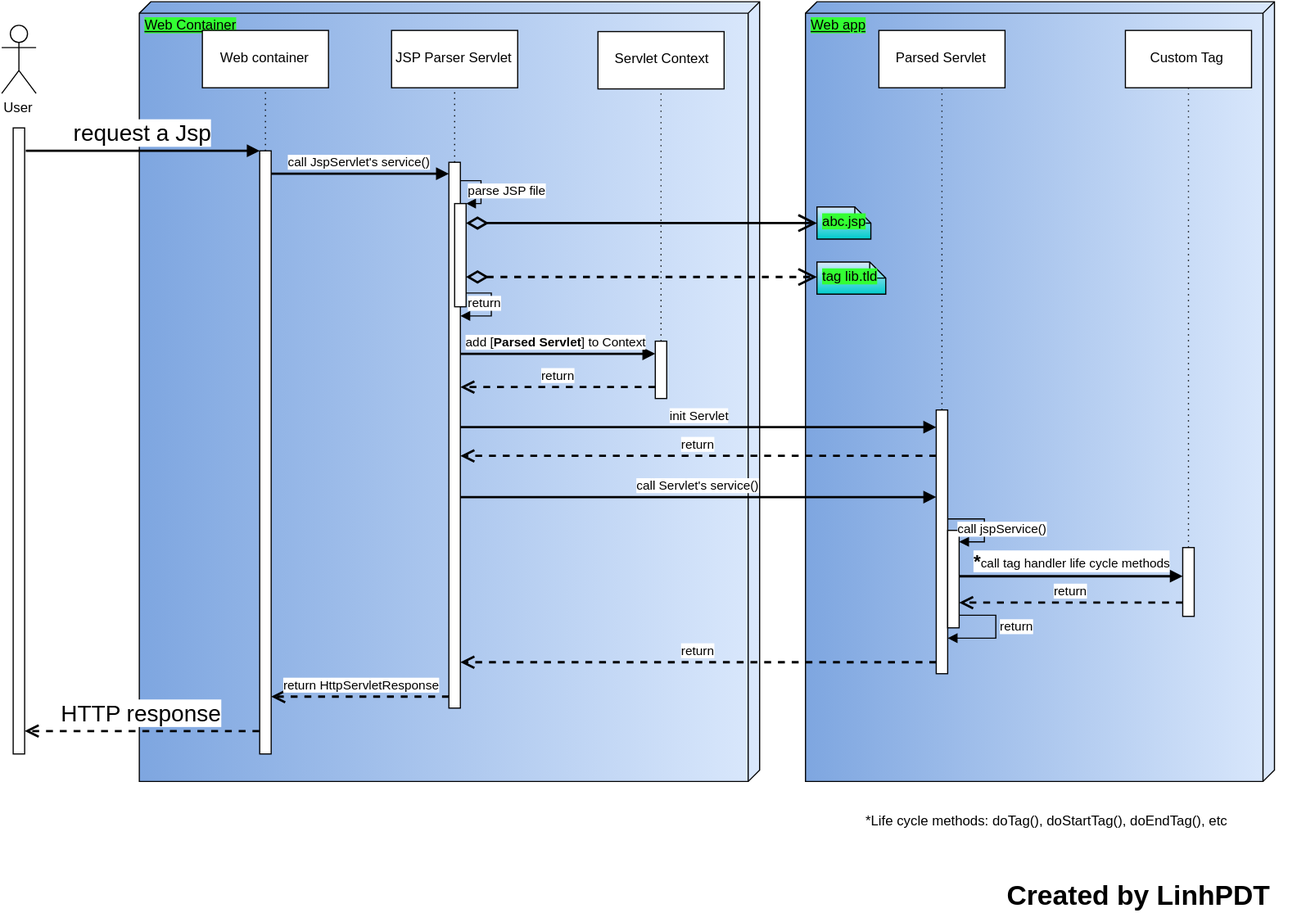
The draw.io diagram Jsp Servlet diagram.svg in phanduytunglinh/PersonalKnowledge, before a commit. Source tidied: cells renumbered, new cells last; positions are measured from the earlier drawing's top-left corner, leaving out a move shared by most shapes. The source it was exported from:
```xml
<mxGraphModel background="#ffffff">
  <root>
    <mxCell id="0" />
    <mxCell id="1" parent="0" />
    <mxCell id="2" value="Web app&lt;br&gt;" style="verticalAlign=top;align=left;spacingTop=8;spacingLeft=2;spacingRight=12;shape=cube;size=10;direction=south;fontStyle=4;html=1;shadow=0;comic=0;labelBackgroundColor=#33FF33;strokeWidth=1;fillColor=#DAE8FC;gradientColor=#7EA6E0;" parent="1" vertex="1">
      <mxGeometry x="701" width="409" height="680" as="geometry" />
    </mxCell>
    <mxCell id="3" value="Web Container&lt;br&gt;" style="verticalAlign=top;align=left;spacingTop=8;spacingLeft=2;spacingRight=12;shape=cube;size=10;direction=south;fontStyle=4;html=1;shadow=0;comic=0;labelBackgroundColor=#33FF33;strokeWidth=1;fillColor=#DAE8FC;gradientColor=#7EA6E0;" parent="1" vertex="1">
      <mxGeometry x="120" width="541" height="680" as="geometry" />
    </mxCell>
    <mxCell id="4" value="User" style="shape=umlActor;verticalLabelPosition=bottom;labelBackgroundColor=#ffffff;verticalAlign=top;html=1;" parent="1" vertex="1">
      <mxGeometry y="20" width="30" height="60" as="geometry" />
    </mxCell>
    <mxCell id="5" value="Web container&lt;br&gt;" style="html=1;" parent="1" vertex="1">
      <mxGeometry x="175" y="25" width="110" height="50" as="geometry" />
    </mxCell>
    <mxCell id="6" value="JSP Parser Servlet&lt;br&gt;" style="html=1;" parent="1" vertex="1">
      <mxGeometry x="340" y="25" width="110" height="50" as="geometry" />
    </mxCell>
    <mxCell id="7" value="Parsed Servlet&lt;br&gt;" style="html=1;" parent="1" vertex="1">
      <mxGeometry x="765" y="25" width="110" height="50" as="geometry" />
    </mxCell>
    <mxCell id="8" value="Custom Tag" style="html=1;" parent="1" vertex="1">
      <mxGeometry x="980" y="25" width="110" height="50" as="geometry" />
    </mxCell>
    <mxCell id="9" style="html=1;points=[];perimeter=orthogonalPerimeter;" parent="1" vertex="1">
      <mxGeometry x="225" y="130" width="10" height="526" as="geometry" />
    </mxCell>
    <mxCell id="10" value="&lt;font style=&quot;font-size: 20px&quot;&gt;request a Jsp&lt;br&gt;&lt;/font&gt;" style="html=1;verticalAlign=bottom;endArrow=block;entryX=0;entryY=0;strokeWidth=2;" parent="1" edge="1" target="9">
      <mxGeometry x="1200" y="-681" as="geometry">
        <mxPoint x="21" y="130" as="sourcePoint" />
      </mxGeometry>
    </mxCell>
    <mxCell id="11" value="&lt;font style=&quot;font-size: 20px&quot;&gt;HTTP response&lt;br&gt;&lt;/font&gt;" style="html=1;verticalAlign=bottom;endArrow=open;dashed=1;endSize=8;exitX=0;exitY=0.95;strokeWidth=2;" parent="1" edge="1">
      <mxGeometry x="1199" y="-175" as="geometry">
        <mxPoint x="224.7" y="636" as="sourcePoint" />
        <mxPoint x="20" y="636" as="targetPoint" />
      </mxGeometry>
    </mxCell>
    <mxCell id="12" style="html=1;perimeter=orthogonalPerimeter;" parent="1" vertex="1">
      <mxGeometry x="10" y="110" width="10" height="546" as="geometry" />
    </mxCell>
    <mxCell id="13" style="endArrow=none;dashed=1;html=1;strokeWidth=1;entryX=0.5;entryY=1;dashPattern=1 4;" parent="1" edge="1" source="9" target="5">
      <mxGeometry x="1409" y="-736" as="geometry" />
    </mxCell>
    <mxCell id="14" style="endArrow=none;dashed=1;html=1;strokeWidth=1;entryX=0.5;entryY=1;dashPattern=1 4;" parent="1" edge="1" source="15" target="6">
      <mxGeometry x="1574" y="-736" as="geometry" />
    </mxCell>
    <mxCell id="15" style="html=1;points=[];perimeter=orthogonalPerimeter;" parent="1" vertex="1">
      <mxGeometry x="390" y="140" width="10" height="476" as="geometry" />
    </mxCell>
    <mxCell id="16" value="call JspServlet's service()&lt;br&gt;" style="html=1;verticalAlign=bottom;endArrow=block;strokeWidth=2;" parent="1" edge="1" target="15">
      <mxGeometry x="1414" y="-661" as="geometry">
        <mxPoint x="235" y="150" as="sourcePoint" />
      </mxGeometry>
    </mxCell>
    <mxCell id="17" style="endArrow=none;dashed=1;html=1;strokeWidth=1;entryX=0.5;entryY=1;dashPattern=1 4;" parent="1" edge="1" source="26" target="7">
      <mxGeometry x="1999" y="-736" as="geometry" />
    </mxCell>
    <mxCell id="18" style="endArrow=none;dashed=1;html=1;strokeWidth=1;entryX=0.5;entryY=1;dashPattern=1 4;" parent="1" edge="1" source="32" target="8">
      <mxGeometry x="2214" y="-728" as="geometry" />
    </mxCell>
    <mxCell id="19" style="html=1;points=[];perimeter=orthogonalPerimeter;strokeWidth=1;align=right;" parent="1" vertex="1">
      <mxGeometry x="395" y="176" width="10" height="90" as="geometry" />
    </mxCell>
    <mxCell id="20" value="parse JSP file&lt;br&gt;" style="edgeStyle=orthogonalEdgeStyle;html=1;align=left;spacingLeft=2;endArrow=block;rounded=0;entryX=1;entryY=0;strokeWidth=1;" parent="1" edge="1" target="19">
      <mxGeometry x="1579" y="-655" as="geometry">
        <mxPoint x="400" y="156" as="sourcePoint" />
        <Array as="points">
          <mxPoint x="418" y="156" />
          <mxPoint x="418" y="176" />
        </Array>
      </mxGeometry>
    </mxCell>
    <mxCell id="21" value="Servlet Context&lt;br&gt;" style="html=1;" parent="1" vertex="1">
      <mxGeometry x="520" y="26" width="110" height="50" as="geometry" />
    </mxCell>
    <mxCell id="22" style="endArrow=none;dashed=1;html=1;strokeWidth=1;entryX=0.5;entryY=1;dashPattern=1 4;" parent="1" edge="1" source="23" target="21">
      <mxGeometry x="1754" y="-735" as="geometry" />
    </mxCell>
    <mxCell id="23" style="html=1;points=[];perimeter=orthogonalPerimeter;align=right;" parent="1" vertex="1">
      <mxGeometry x="570" y="296" width="10" height="50" as="geometry" />
    </mxCell>
    <mxCell id="24" value="add [&lt;b&gt;Parsed Servlet&lt;/b&gt;] to Context&lt;br&gt;" style="html=1;verticalAlign=bottom;endArrow=block;strokeWidth=2;" parent="1" edge="1">
      <mxGeometry x="1579" y="-504" as="geometry">
        <mxPoint x="400" y="307" as="sourcePoint" />
        <mxPoint x="570" y="307" as="targetPoint" />
        <Array as="points">
          <mxPoint x="521" y="307" />
        </Array>
      </mxGeometry>
    </mxCell>
    <mxCell id="25" value="return" style="html=1;verticalAlign=bottom;endArrow=open;dashed=1;endSize=8;strokeWidth=2;" parent="1" edge="1" source="23" target="15">
      <mxGeometry x="1579" y="-475" as="geometry">
        <Array as="points">
          <mxPoint x="531" y="336" />
        </Array>
      </mxGeometry>
    </mxCell>
    <mxCell id="26" style="html=1;points=[];perimeter=orthogonalPerimeter;align=right;" parent="1" vertex="1">
      <mxGeometry x="815" y="356" width="10" height="230" as="geometry" />
    </mxCell>
    <mxCell id="27" value="init Servlet&lt;br&gt;" style="html=1;verticalAlign=bottom;endArrow=block;strokeWidth=2;" parent="1" edge="1" source="15" target="26">
      <mxGeometry x="1579" y="-440" as="geometry">
        <Array as="points">
          <mxPoint x="651" y="371" />
        </Array>
      </mxGeometry>
    </mxCell>
    <mxCell id="28" value="return" style="html=1;verticalAlign=bottom;endArrow=open;dashed=1;endSize=8;strokeWidth=2;" parent="1" edge="1" source="26" target="15">
      <mxGeometry x="1579" y="-415" as="geometry">
        <Array as="points">
          <mxPoint x="521" y="396" />
        </Array>
      </mxGeometry>
    </mxCell>
    <mxCell id="29" value="call Servlet's service()&lt;br&gt;" style="html=1;verticalAlign=bottom;endArrow=block;strokeWidth=2;" parent="1" edge="1" source="15" target="26">
      <mxGeometry x="1579" y="-379" as="geometry">
        <Array as="points">
          <mxPoint x="656" y="432" />
        </Array>
      </mxGeometry>
    </mxCell>
    <mxCell id="30" style="html=1;points=[];perimeter=orthogonalPerimeter;align=right;" parent="1" vertex="1">
      <mxGeometry x="825" y="461" width="10" height="85" as="geometry" />
    </mxCell>
    <mxCell id="31" value="call jspService()&lt;br&gt;" style="edgeStyle=orthogonalEdgeStyle;html=1;align=left;spacingLeft=2;endArrow=block;rounded=0;strokeWidth=1;" parent="1" edge="1" source="26" target="30">
      <mxGeometry x="2004" y="-360" as="geometry">
        <Array as="points">
          <mxPoint x="857" y="451" />
          <mxPoint x="857" y="471" />
        </Array>
      </mxGeometry>
    </mxCell>
    <mxCell id="32" style="html=1;points=[];perimeter=orthogonalPerimeter;align=right;" parent="1" vertex="1">
      <mxGeometry x="1030" y="476" width="10" height="60" as="geometry" />
    </mxCell>
    <mxCell id="33" value="&lt;b&gt;&lt;font style=&quot;font-size: 16px&quot;&gt;*&lt;/font&gt;&lt;/b&gt;call tag handler life cycle methods&lt;br&gt;" style="html=1;verticalAlign=bottom;endArrow=block;strokeWidth=2;" parent="1" edge="1" source="30" target="32">
      <mxGeometry x="2014" y="-310" as="geometry">
        <Array as="points">
          <mxPoint x="991" y="501" />
        </Array>
      </mxGeometry>
    </mxCell>
    <mxCell id="34" value="return" style="html=1;verticalAlign=bottom;endArrow=open;dashed=1;endSize=8;strokeWidth=2;" parent="1" edge="1" source="32" target="30">
      <mxGeometry x="2014" y="-287" as="geometry">
        <Array as="points">
          <mxPoint x="981" y="524" />
        </Array>
      </mxGeometry>
    </mxCell>
    <mxCell id="35" value="return" style="edgeStyle=orthogonalEdgeStyle;html=1;align=left;spacingLeft=2;endArrow=block;rounded=0;strokeWidth=1;" parent="1" edge="1" target="26">
      <mxGeometry y="15" as="geometry">
        <mxPoint x="835" y="535" as="sourcePoint" />
        <Array as="points">
          <mxPoint x="867" y="535" />
          <mxPoint x="867" y="555" />
        </Array>
        <mxPoint x="37" y="1" as="offset" />
      </mxGeometry>
    </mxCell>
    <mxCell id="36" value="return" style="html=1;verticalAlign=bottom;endArrow=open;dashed=1;endSize=8;strokeWidth=2;" parent="1" edge="1" source="26">
      <mxGeometry x="1579" y="-235" as="geometry">
        <mxPoint x="400" y="576" as="targetPoint" />
      </mxGeometry>
    </mxCell>
    <mxCell id="37" value="return HttpServletResponse&lt;br&gt;" style="html=1;verticalAlign=bottom;endArrow=open;dashed=1;endSize=8;strokeWidth=2;" parent="1" edge="1" source="15" target="9">
      <mxGeometry x="1414" y="-205" as="geometry">
        <Array as="points">
          <mxPoint x="351" y="606" />
        </Array>
      </mxGeometry>
    </mxCell>
    <mxCell id="38" value="*Life cycle methods: doTag(), doStartTag(), doEndTag(), etc&lt;br&gt;" style="text;html=1;strokeColor=none;fillColor=none;align=center;verticalAlign=middle;whiteSpace=wrap;overflow=hidden;rounded=0;shadow=0;glass=1;comic=0;labelBackgroundColor=none;fontSize=12;" parent="1" vertex="1">
      <mxGeometry x="741" y="706" width="340" height="20" as="geometry" />
    </mxCell>
    <mxCell id="39" value="Created by LinhPDT&lt;br&gt;" style="text;html=1;fontSize=24;fontStyle=1;verticalAlign=middle;align=center;rounded=0;shadow=0;glass=0;comic=0;labelBackgroundColor=none;strokeWidth=1;fillColor=#ffffff;gradientColor=none;" parent="1" vertex="1">
      <mxGeometry x="846" y="761" width="290" height="40" as="geometry" />
    </mxCell>
    <mxCell id="40" style="group;" parent="1" vertex="1">
      <mxGeometry x="711" y="227" width="60" height="28" as="geometry" />
    </mxCell>
    <mxCell id="41" value="tag lib.tld" style="shape=note;whiteSpace=wrap;html=1;size=14;verticalAlign=top;align=left;spacingTop=0;shadow=0;comic=0;labelBackgroundColor=#33FF33;strokeWidth=1;fillColor=#DAE8FC;gradientColor=#00CCCC;spacingLeft=2;" parent="40" vertex="1">
      <mxGeometry width="60" height="28" as="geometry" />
    </mxCell>
    <mxCell id="42" style="group;" parent="1" vertex="1">
      <mxGeometry x="711" y="179" width="47" height="28" as="geometry" />
    </mxCell>
    <mxCell id="43" value="abc.jsp" style="shape=note;whiteSpace=wrap;html=1;size=14;verticalAlign=top;align=left;spacingTop=0;shadow=0;comic=0;labelBackgroundColor=#33FF33;strokeWidth=1;fillColor=#DAE8FC;gradientColor=#00CCCC;spacingLeft=2;" parent="42" vertex="1">
      <mxGeometry width="47" height="28" as="geometry" />
    </mxCell>
    <mxCell id="44" style="endArrow=open;html=1;endSize=12;startArrow=diamondThin;startSize=14;startFill=0;edgeStyle=orthogonalEdgeStyle;align=left;verticalAlign=bottom;strokeWidth=2;entryX=0;entryY=0.5;" parent="1" edge="1" source="19" target="43">
      <mxGeometry x="1584" y="-618" as="geometry">
        <Array as="points">
          <mxPoint x="701" y="193" />
          <mxPoint x="701" y="193" />
        </Array>
      </mxGeometry>
    </mxCell>
    <mxCell id="45" style="endArrow=open;html=1;endSize=12;startArrow=diamondThin;startSize=14;startFill=0;edgeStyle=orthogonalEdgeStyle;align=left;verticalAlign=bottom;strokeWidth=2;dashed=1;" parent="1" edge="1" source="19" target="41">
      <mxGeometry x="1584" y="-571" as="geometry">
        <Array as="points">
          <mxPoint x="491" y="240" />
          <mxPoint x="491" y="240" />
        </Array>
      </mxGeometry>
    </mxCell>
    <mxCell id="46" value="return" style="edgeStyle=orthogonalEdgeStyle;html=1;align=left;spacingLeft=2;endArrow=block;rounded=0;strokeWidth=1;" parent="1" edge="1" source="19" target="15">
      <mxGeometry x="1579" y="-557" as="geometry">
        <Array as="points">
          <mxPoint x="427" y="254" />
          <mxPoint x="427" y="274" />
        </Array>
      </mxGeometry>
    </mxCell>
  </root>
</mxGraphModel>
```
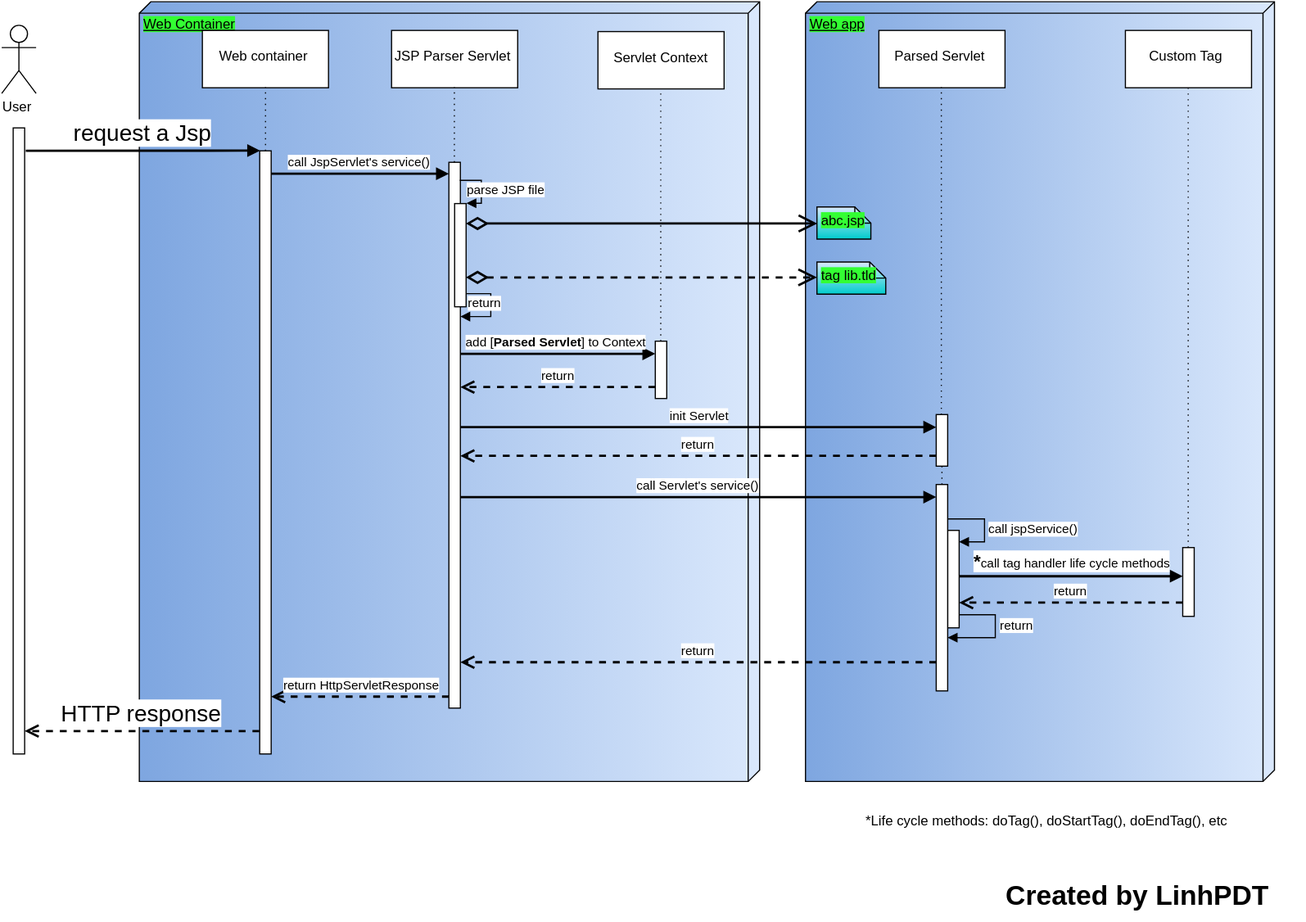
Later version of the same file.

Diff of the diagram source:
```diff
@@ -98,7 +98,7 @@
       </mxGeometry>
     </mxCell>
     <mxCell id="26" style="html=1;points=[];perimeter=orthogonalPerimeter;align=right;" parent="1" vertex="1">
-      <mxGeometry x="815" y="356" width="10" height="230" as="geometry" />
+      <mxGeometry x="815" y="360" width="10" height="45" as="geometry" />
     </mxCell>
     <mxCell id="27" value="init Servlet&lt;br&gt;" style="html=1;verticalAlign=bottom;endArrow=block;strokeWidth=2;" parent="1" edge="1" source="15" target="26">
       <mxGeometry x="1579" y="-440" as="geometry">
@@ -114,7 +114,7 @@
         </Array>
       </mxGeometry>
     </mxCell>
-    <mxCell id="29" value="call Servlet's service()&lt;br&gt;" style="html=1;verticalAlign=bottom;endArrow=block;strokeWidth=2;" parent="1" edge="1" source="15" target="26">
+    <mxCell id="29" value="call Servlet's service()&lt;br&gt;" style="html=1;verticalAlign=bottom;endArrow=block;strokeWidth=2;" parent="1" edge="1" source="15" target="47">
       <mxGeometry x="1579" y="-379" as="geometry">
         <Array as="points">
           <mxPoint x="656" y="432" />
@@ -124,12 +124,13 @@
     <mxCell id="30" style="html=1;points=[];perimeter=orthogonalPerimeter;align=right;" parent="1" vertex="1">
       <mxGeometry x="825" y="461" width="10" height="85" as="geometry" />
     </mxCell>
-    <mxCell id="31" value="call jspService()&lt;br&gt;" style="edgeStyle=orthogonalEdgeStyle;html=1;align=left;spacingLeft=2;endArrow=block;rounded=0;strokeWidth=1;" parent="1" edge="1" source="26" target="30">
-      <mxGeometry x="2004" y="-360" as="geometry">
+    <mxCell id="31" value="call jspService()&lt;br&gt;" style="edgeStyle=orthogonalEdgeStyle;html=1;align=left;spacingLeft=2;endArrow=block;rounded=0;strokeWidth=1;" parent="1" edge="1" source="47" target="30">
+      <mxGeometry as="geometry">
         <Array as="points">
           <mxPoint x="857" y="451" />
           <mxPoint x="857" y="471" />
         </Array>
+        <mxPoint x="27" as="offset" />
       </mxGeometry>
     </mxCell>
     <mxCell id="32" style="html=1;points=[];perimeter=orthogonalPerimeter;align=right;" parent="1" vertex="1">
@@ -149,7 +150,7 @@
         </Array>
       </mxGeometry>
     </mxCell>
-    <mxCell id="35" value="return" style="edgeStyle=orthogonalEdgeStyle;html=1;align=left;spacingLeft=2;endArrow=block;rounded=0;strokeWidth=1;" parent="1" edge="1" target="26">
+    <mxCell id="35" value="return" style="edgeStyle=orthogonalEdgeStyle;html=1;align=left;spacingLeft=2;endArrow=block;rounded=0;strokeWidth=1;" parent="1" edge="1" target="47">
       <mxGeometry y="15" as="geometry">
         <mxPoint x="835" y="535" as="sourcePoint" />
         <Array as="points">
@@ -159,7 +160,7 @@
         <mxPoint x="37" y="1" as="offset" />
       </mxGeometry>
     </mxCell>
-    <mxCell id="36" value="return" style="html=1;verticalAlign=bottom;endArrow=open;dashed=1;endSize=8;strokeWidth=2;" parent="1" edge="1" source="26">
+    <mxCell id="36" value="return" style="html=1;verticalAlign=bottom;endArrow=open;dashed=1;endSize=8;strokeWidth=2;" parent="1" edge="1" source="47">
       <mxGeometry x="1579" y="-235" as="geometry">
         <mxPoint x="400" y="576" as="targetPoint" />
       </mxGeometry>
@@ -213,5 +214,11 @@
         </Array>
       </mxGeometry>
     </mxCell>
+    <mxCell id="47" style="html=1;points=[];perimeter=orthogonalPerimeter;align=right;" parent="1" vertex="1">
+      <mxGeometry x="815" y="421" width="10" height="180" as="geometry" />
+    </mxCell>
+    <mxCell id="48" style="endArrow=none;dashed=1;html=1;strokeWidth=1;dashPattern=1 4;" parent="1" edge="1" source="47" target="26">
+      <mxGeometry x="1999" y="-672" as="geometry" />
+    </mxCell>
   </root>
 </mxGraphModel>
```
